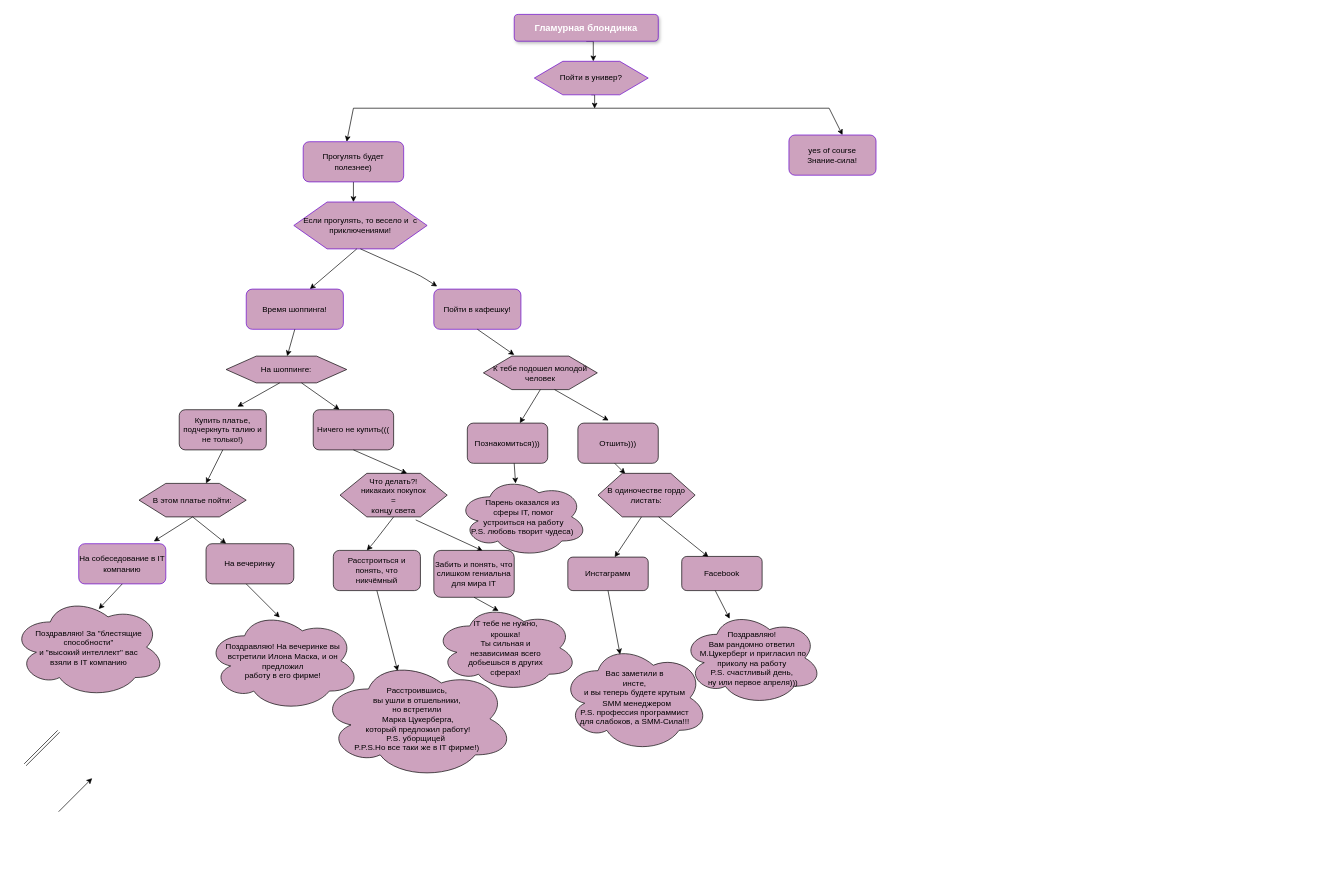
This is Diagram.drawio from PolinaMaximovna/ProjectforReksoft, a draw.io file, before an edit. Source tidied: cells renumbered, new cells numbered last; positions are measured from the earlier drawing's top-left corner, leaving out a move shared by most shapes. Both pictures are drawn from the tidied source at 67%, with x=0, y=0 at pixel (11, 14).
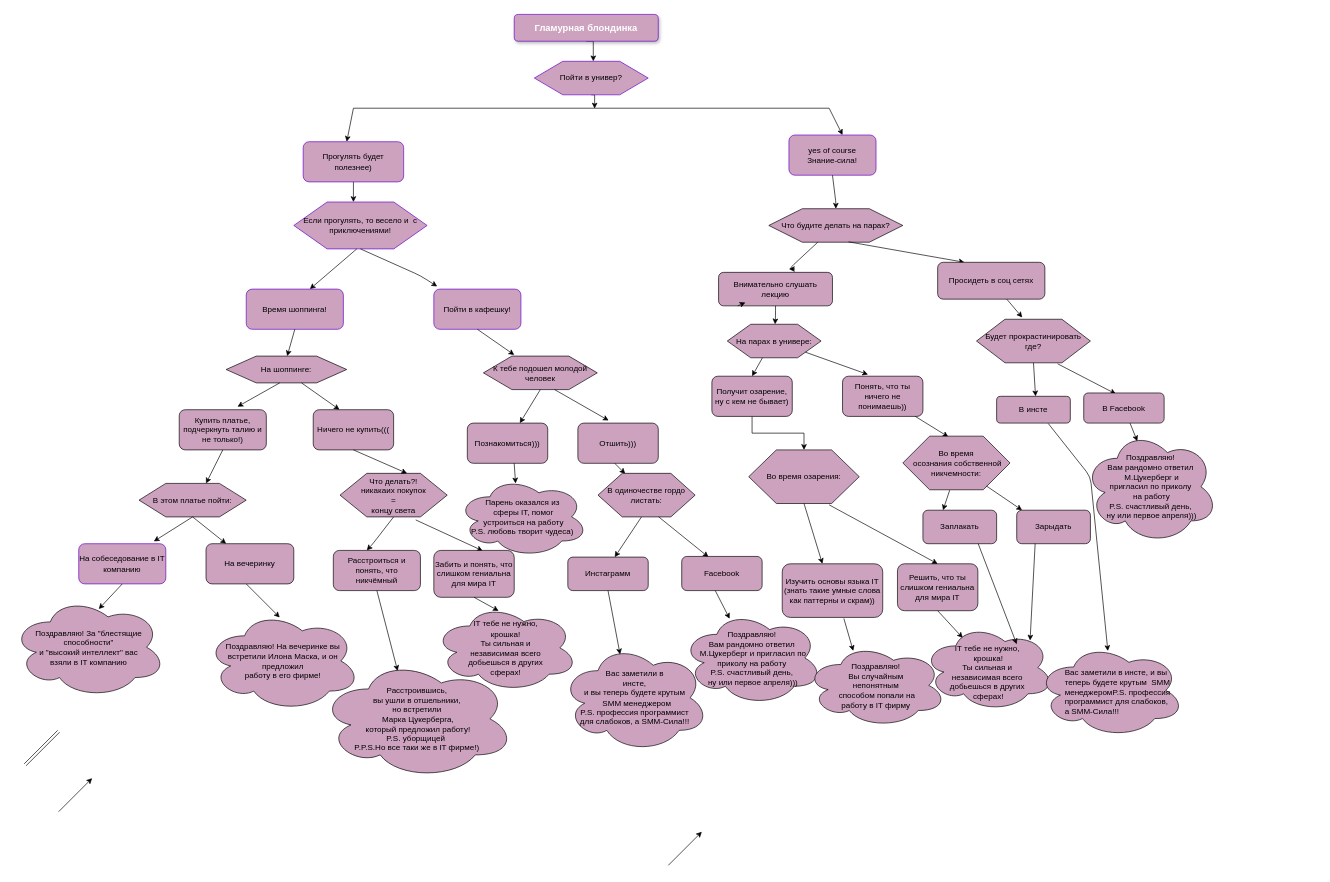
The same page after the edit.

Unchanged cells that the change refers to:
```xml
<mxCell id="13" value="yes of course&lt;br&gt;Знание-сила!" style="rounded=1;whiteSpace=wrap;html=1;shadow=0;strokeColor=#6600CC;fillColor=#CDA2BE;" parent="1" vertex="1">
  <mxGeometry x="1160" y="180" width="130" height="60" as="geometry" />
</mxCell>
```

Change to the diagram source:
```diff
@@
+    <mxCell id="63" style="endArrow=classic;html=1;exitX=0.5;exitY=1;exitDx=0;exitDy=0;" parent="1" edge="1" source="13">
+      <mxGeometry relative="1" as="geometry">
+        <mxPoint x="1230" y="290" as="targetPoint" />
+        <Array as="points">
+          <mxPoint x="1230" y="280" />
+          <mxPoint x="1230" y="290" />
+        </Array>
+      </mxGeometry>
+    </mxCell>
+    <mxCell id="64" value="Что будите делать на парах?" style="shape=hexagon;perimeter=hexagonPerimeter2;whiteSpace=wrap;html=1;shadow=0;strokeColor=#000000;fillColor=#CDA2BE;" parent="1" vertex="1">
+      <mxGeometry x="1130" y="290" width="200" height="50" as="geometry" />
+    </mxCell>
+    <mxCell id="65" style="endArrow=classic;html=1;" parent="1" edge="1" source="64">
+      <mxGeometry relative="1" as="geometry">
+        <mxPoint x="1160" y="380" as="targetPoint" />
+        <Array as="points">
+          <mxPoint x="1160" y="380" />
+          <mxPoint x="1170" y="380" />
+        </Array>
+      </mxGeometry>
+    </mxCell>
+    <mxCell id="66" value="Внимательно слушать лекцию" style="rounded=1;whiteSpace=wrap;html=1;shadow=0;strokeColor=#000000;fillColor=#CDA2BE;" parent="1" vertex="1">
+      <mxGeometry x="1055" y="385" width="170" height="50" as="geometry" />
+    </mxCell>
+    <mxCell id="67" style="endArrow=classic;html=1;exitX=0.595;exitY=0.99;exitDx=0;exitDy=0;exitPerimeter=0;entryX=0.25;entryY=0;entryDx=0;entryDy=0;" parent="1" edge="1" source="64" target="68">
+      <mxGeometry relative="1" as="geometry" />
+    </mxCell>
+    <mxCell id="68" value="Просидеть в соц сетях" style="rounded=1;whiteSpace=wrap;html=1;shadow=0;strokeColor=#000000;fillColor=#CDA2BE;" parent="1" vertex="1">
+      <mxGeometry x="1382" y="370" width="160" height="55" as="geometry" />
+    </mxCell>
+    <mxCell id="69" style="endArrow=classic;html=1;" parent="1" edge="1" source="66">
+      <mxGeometry relative="1" as="geometry">
+        <mxPoint x="1095" y="430" as="targetPoint" />
+      </mxGeometry>
+    </mxCell>
+    <mxCell id="70" value="На парах в универе:" style="shape=hexagon;perimeter=hexagonPerimeter2;whiteSpace=wrap;html=1;shadow=0;strokeColor=#000000;fillColor=#CDA2BE;" parent="1" vertex="1">
+      <mxGeometry x="1068" y="462.5" width="140" height="50" as="geometry" />
+    </mxCell>
+    <mxCell id="71" style="endArrow=classic;html=1;" parent="1" edge="1" source="66" target="70">
+      <mxGeometry relative="1" as="geometry">
+        <Array as="points">
+          <mxPoint x="1140" y="450" />
+        </Array>
+      </mxGeometry>
+    </mxCell>
+    <mxCell id="72" style="endArrow=classic;html=1;exitX=0.375;exitY=1;exitDx=0;exitDy=0;entryX=0.5;entryY=0;entryDx=0;entryDy=0;" parent="1" edge="1" source="70" target="74">
+      <mxGeometry relative="1" as="geometry" />
+    </mxCell>
+    <mxCell id="73" style="edgeStyle=orthogonalEdgeStyle;rounded=0;jettySize=auto;html=1;exitX=0.5;exitY=1;exitDx=0;exitDy=0;" parent="1" edge="1" source="74" target="77">
+      <mxGeometry relative="1" as="geometry" />
+    </mxCell>
+    <mxCell id="74" value="Получит озарение, ну с кем не бывает)" style="rounded=1;whiteSpace=wrap;html=1;shadow=0;strokeColor=#000000;fillColor=#CDA2BE;" parent="1" vertex="1">
+      <mxGeometry x="1045" y="540" width="120" height="60" as="geometry" />
+    </mxCell>
+    <mxCell id="75" value="Понять, что ты ничего не понимаешь))" style="rounded=1;whiteSpace=wrap;html=1;shadow=0;strokeColor=#000000;fillColor=#CDA2BE;" parent="1" vertex="1">
+      <mxGeometry x="1240" y="540" width="120" height="60" as="geometry" />
+    </mxCell>
+    <mxCell id="76" style="endArrow=classic;html=1;entryX=0.317;entryY=-0.042;entryDx=0;entryDy=0;entryPerimeter=0;" parent="1" edge="1" source="70" target="75">
+      <mxGeometry relative="1" as="geometry" />
+    </mxCell>
+    <mxCell id="77" value="Во время озарения:" style="shape=hexagon;perimeter=hexagonPerimeter2;whiteSpace=wrap;html=1;shadow=0;strokeColor=#000000;fillColor=#CDA2BE;" parent="1" vertex="1">
+      <mxGeometry x="1100" y="650" width="165" height="80" as="geometry" />
+    </mxCell>
+    <mxCell id="78" style="endArrow=classic;html=1;exitX=0.5;exitY=1;exitDx=0;exitDy=0;" parent="1" edge="1" source="77">
+      <mxGeometry relative="1" as="geometry">
+        <mxPoint x="1210" y="820" as="targetPoint" />
+      </mxGeometry>
+    </mxCell>
+    <mxCell id="79" value="Изучить основы языка IT&lt;br&gt;(знать такие умные слова как паттерны и скрам))" style="rounded=1;whiteSpace=wrap;html=1;shadow=0;strokeColor=#000000;fillColor=#CDA2BE;" parent="1" vertex="1">
+      <mxGeometry x="1150" y="820" width="150" height="80" as="geometry" />
+    </mxCell>
+    <mxCell id="80" value="Решить, что ты слишком гениальна для мира IT" style="rounded=1;whiteSpace=wrap;html=1;shadow=0;strokeColor=#000000;fillColor=#CDA2BE;" parent="1" vertex="1">
+      <mxGeometry x="1322" y="820" width="120" height="70" as="geometry" />
+    </mxCell>
+    <mxCell id="81" style="endArrow=classic;html=1;entryX=0.5;entryY=0;entryDx=0;entryDy=0;" parent="1" edge="1" target="80">
+      <mxGeometry relative="1" as="geometry">
+        <mxPoint x="1220" y="732" as="sourcePoint" />
+      </mxGeometry>
+    </mxCell>
+    <mxCell id="82" style="endArrow=classic;html=1;exitX=0.613;exitY=1.019;exitDx=0;exitDy=0;exitPerimeter=0;" parent="1" edge="1" source="79">
+      <mxGeometry relative="1" as="geometry">
+        <mxPoint x="1256" y="950" as="targetPoint" />
+      </mxGeometry>
+    </mxCell>
+    <mxCell id="83" value="Поздравляю!&lt;br&gt;Вы случайным &lt;br&gt;непонятным&lt;br&gt;&amp;nbsp;способом попали на &lt;br&gt;работу в IT фирму" style="ellipse;shape=cloud;whiteSpace=wrap;html=1;shadow=0;strokeColor=#000000;fillColor=#CDA2BE;" parent="1" vertex="1">
+      <mxGeometry x="1185" y="939" width="210" height="125" as="geometry" />
+    </mxCell>
+    <mxCell id="84" style="endArrow=classic;html=1;exitX=0.5;exitY=1;exitDx=0;exitDy=0;entryX=0.303;entryY=0.158;entryDx=0;entryDy=0;entryPerimeter=0;" parent="1" edge="1" source="80" target="85">
+      <mxGeometry relative="1" as="geometry" />
+    </mxCell>
+    <mxCell id="85" value="&lt;br&gt;IT тебе не нужно,&amp;nbsp;&lt;br&gt;крошка!&lt;br&gt;Ты сильная и&amp;nbsp;&lt;br&gt;независимая всего&amp;nbsp;&lt;br&gt;добьешься в других&amp;nbsp;&lt;br&gt;сферах!" style="ellipse;shape=cloud;whiteSpace=wrap;html=1;shadow=0;strokeColor=#000000;fillColor=#CDA2BE;" parent="1" vertex="1">
+      <mxGeometry x="1360" y="910" width="196" height="130" as="geometry" />
+    </mxCell>
+    <mxCell id="86" style="endArrow=classic;html=1;entryX=0.425;entryY=0.013;entryDx=0;entryDy=0;entryPerimeter=0;" parent="1" edge="1" source="75" target="87">
+      <mxGeometry relative="1" as="geometry" />
+    </mxCell>
+    <mxCell id="87" value="Во время&lt;br&gt;&amp;nbsp;осознания собственной никчемности:" style="shape=hexagon;perimeter=hexagonPerimeter2;whiteSpace=wrap;html=1;shadow=0;strokeColor=#000000;fillColor=#CDA2BE;" parent="1" vertex="1">
+      <mxGeometry x="1330" y="629.5" width="160" height="80" as="geometry" />
+    </mxCell>
+    <mxCell id="88" style="endArrow=classic;html=1;exitX=0.781;exitY=0.931;exitDx=0;exitDy=0;exitPerimeter=0;" parent="1" edge="1" source="87">
+      <mxGeometry relative="1" as="geometry">
+        <mxPoint x="1508" y="740" as="targetPoint" />
+      </mxGeometry>
+    </mxCell>
+    <mxCell id="89" style="endArrow=classic;html=1;" parent="1" edge="1">
+      <mxGeometry relative="1" as="geometry">
+        <mxPoint x="1400" y="710" as="sourcePoint" />
+        <mxPoint x="1390" y="740" as="targetPoint" />
+      </mxGeometry>
+    </mxCell>
+    <mxCell id="90" value="Заплакать" style="rounded=1;whiteSpace=wrap;html=1;shadow=0;strokeColor=#000000;fillColor=#CDA2BE;" parent="1" vertex="1">
+      <mxGeometry x="1360" y="740" width="110" height="50" as="geometry" />
+    </mxCell>
+    <mxCell id="91" value="Зарыдать" style="rounded=1;whiteSpace=wrap;html=1;shadow=0;strokeColor=#000000;fillColor=#CDA2BE;" parent="1" vertex="1">
+      <mxGeometry x="1500" y="740" width="110" height="50" as="geometry" />
+    </mxCell>
+    <mxCell id="92" style="endArrow=classic;html=1;exitX=0.75;exitY=1;exitDx=0;exitDy=0;" parent="1" edge="1" source="90">
+      <mxGeometry relative="1" as="geometry">
+        <mxPoint x="1500" y="940" as="targetPoint" />
+      </mxGeometry>
+    </mxCell>
+    <mxCell id="93" style="endArrow=classic;html=1;entryX=0.816;entryY=0.188;entryDx=0;entryDy=0;entryPerimeter=0;exitX=0.25;exitY=1;exitDx=0;exitDy=0;" parent="1" edge="1" source="91" target="85">
+      <mxGeometry relative="1" as="geometry" />
+    </mxCell>
+    <mxCell id="94" style="endArrow=classic;html=1;" parent="1" edge="1">
+      <mxGeometry relative="1" as="geometry">
+        <mxPoint x="980" y="1270" as="sourcePoint" />
+        <mxPoint x="1030" y="1220" as="targetPoint" />
+      </mxGeometry>
+    </mxCell>
+    <mxCell id="95" style="endArrow=classic;html=1;" parent="1" edge="1" source="68">
+      <mxGeometry relative="1" as="geometry">
+        <mxPoint x="1508.2" y="452.3" as="targetPoint" />
+      </mxGeometry>
+    </mxCell>
+    <mxCell id="96" value="Будет прокрастинировать где?" style="shape=hexagon;perimeter=hexagonPerimeter2;whiteSpace=wrap;html=1;shadow=0;strokeColor=#000000;fillColor=#CDA2BE;" parent="1" vertex="1">
+      <mxGeometry x="1440" y="455" width="170" height="65" as="geometry" />
+    </mxCell>
+    <mxCell id="97" style="endArrow=classic;html=1;exitX=0.5;exitY=1;exitDx=0;exitDy=0;" parent="1" edge="1" source="96">
+      <mxGeometry relative="1" as="geometry">
+        <mxPoint x="1528.1" y="570" as="targetPoint" />
+      </mxGeometry>
+    </mxCell>
+    <mxCell id="98" value="В инсте" style="rounded=1;whiteSpace=wrap;html=1;shadow=0;strokeColor=#000000;fillColor=#CDA2BE;" parent="1" vertex="1">
+      <mxGeometry x="1470" y="570" width="110" height="40" as="geometry" />
+    </mxCell>
+    <mxCell id="99" style="endArrow=classic;html=1;exitX=0.712;exitY=1.023;exitDx=0;exitDy=0;exitPerimeter=0;entryX=0.4;entryY=0.033;entryDx=0;entryDy=0;entryPerimeter=0;" parent="1" edge="1" source="96" target="100">
+      <mxGeometry relative="1" as="geometry" />
+    </mxCell>
+    <mxCell id="100" value="В Facebook" style="rounded=1;whiteSpace=wrap;html=1;shadow=0;strokeColor=#000000;fillColor=#CDA2BE;" parent="1" vertex="1">
+      <mxGeometry x="1600" y="565" width="120" height="45" as="geometry" />
+    </mxCell>
+    <mxCell id="101" style="endArrow=classic;html=1;exitX=0.7;exitY=1.013;exitDx=0;exitDy=0;exitPerimeter=0;" parent="1" edge="1" source="98">
+      <mxGeometry relative="1" as="geometry">
+        <mxPoint x="1636" y="950.1" as="targetPoint" />
+        <Array as="points">
+          <mxPoint x="1610" y="690" />
+        </Array>
+      </mxGeometry>
+    </mxCell>
+    <mxCell id="102" style="ellipse;shape=cloud;whiteSpace=wrap;html=1;shadow=0;strokeColor=#000000;fillColor=#CDA2BE;" parent="1" vertex="1">
+      <mxGeometry x="1530" y="939" width="220" height="140" as="geometry" />
+    </mxCell>
+    <mxCell id="103" value="Вас заметили в&amp;nbsp;инсте,&amp;nbsp;и вы &lt;br&gt;теперь будете крутым&amp;nbsp; SMM &lt;br&gt;менеджеромP.S. профессия &lt;br&gt;программист&amp;nbsp;для слабоков, &lt;br&gt;а SMM-Сила!!!" style="text;html=1;" parent="1" vertex="1">
+      <mxGeometry x="1570" y="968.5" width="380" height="103" as="geometry" />
+    </mxCell>
+    <mxCell id="104" value="&lt;span style=&quot;white-space: normal&quot;&gt;Поздравляю!&lt;/span&gt;&lt;br style=&quot;white-space: normal&quot;&gt;&lt;span style=&quot;white-space: normal&quot;&gt;Вам рандомно ответил&lt;/span&gt;&lt;br style=&quot;white-space: normal&quot;&gt;&lt;span style=&quot;white-space: normal&quot;&gt;&amp;nbsp;М.Цукерберг и &lt;br&gt;пригласил по приколу&lt;br&gt;&amp;nbsp;на работу&lt;/span&gt;&lt;br style=&quot;white-space: normal&quot;&gt;&lt;span style=&quot;white-space: normal&quot;&gt;P.S. счастливый день,&lt;/span&gt;&lt;br style=&quot;white-space: normal&quot;&gt;&lt;span style=&quot;white-space: normal&quot;&gt;&amp;nbsp;ну или первое апреля)))&lt;/span&gt;" style="ellipse;shape=cloud;whiteSpace=wrap;html=1;shadow=0;strokeColor=#000000;fillColor=#CDA2BE;" parent="1" vertex="1">
+      <mxGeometry x="1600" y="620" width="200" height="170" as="geometry" />
+    </mxCell>
+    <mxCell id="105" style="endArrow=classic;html=1;entryX=0.4;entryY=0.1;entryDx=0;entryDy=0;entryPerimeter=0;" parent="1" edge="1" source="100" target="104">
+      <mxGeometry relative="1" as="geometry" />
+    </mxCell>
```
